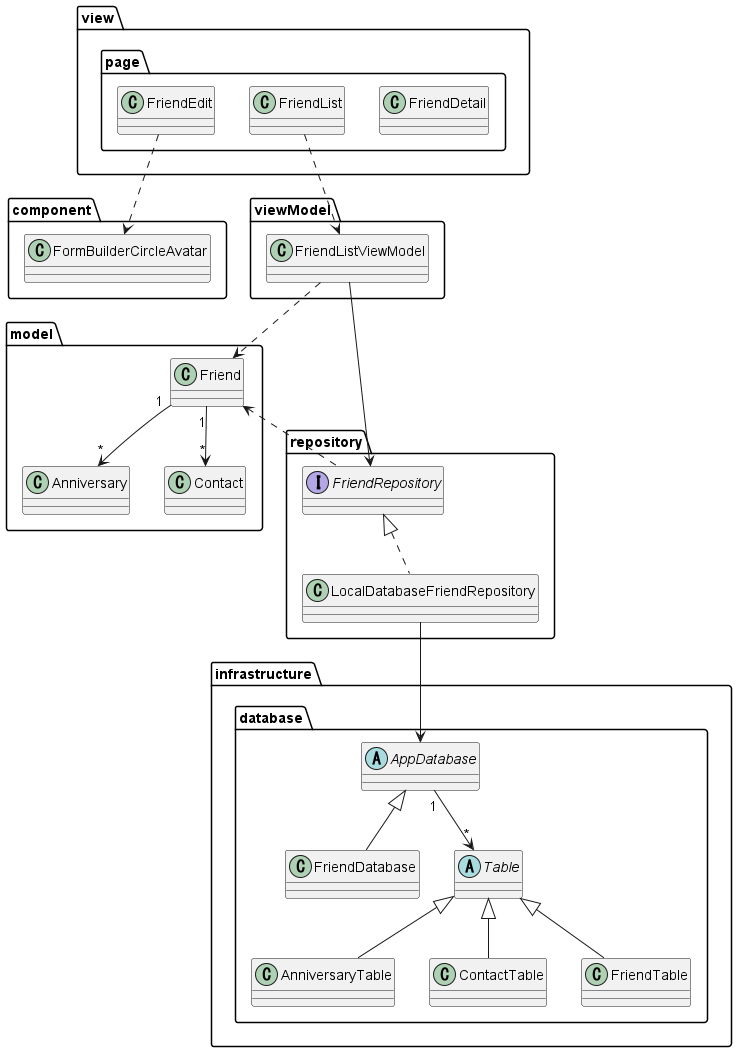
nmskm240/friend_list keeps this PlantUML diagram as uml/class_diagram/class_diagram.png. Above is the earlier version.
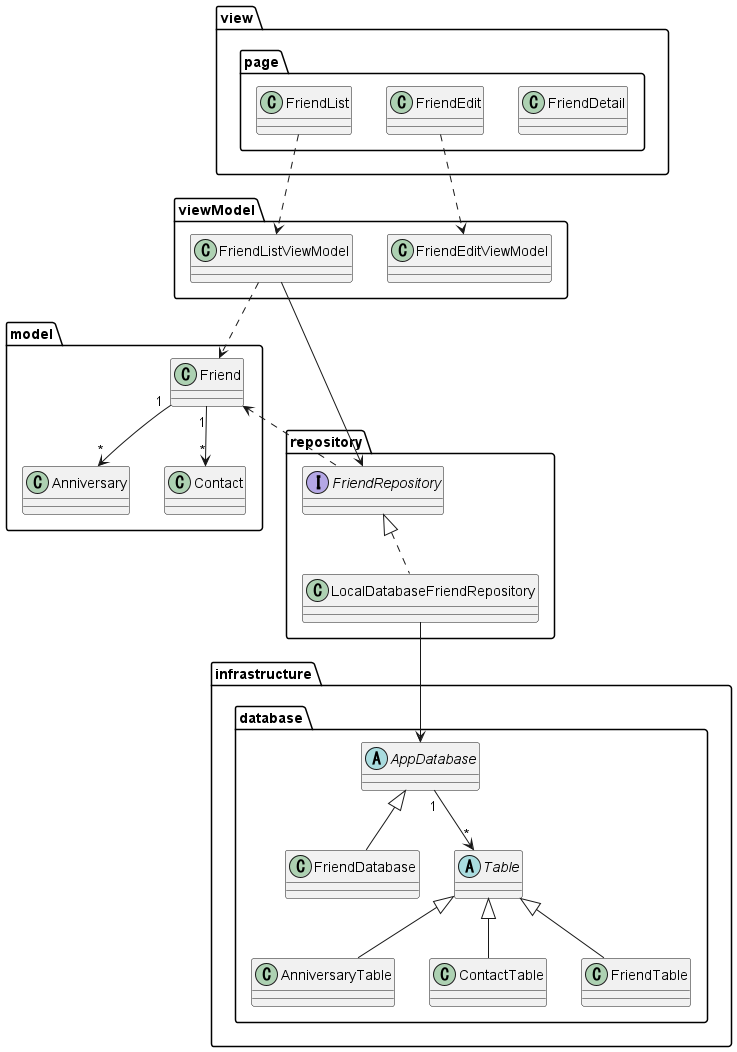
Later version of the same file.

Change to the diagram source:
```diff
@@ -8,12 +8,9 @@
     }
 }
 
-package component {
-    class FormBuilderCircleAvatar
-}
-
 package viewModel {
     class FriendListViewModel
+    class FriendEditViewModel
 }
 
 package model {
@@ -39,8 +36,7 @@
 }
 
 FriendList ..> FriendListViewModel
-
-FriendEdit ..> FormBuilderCircleAvatar
+FriendEdit ..> FriendEditViewModel
 
 FriendListViewModel ..> Friend
 FriendListViewModel --> FriendRepository
```
